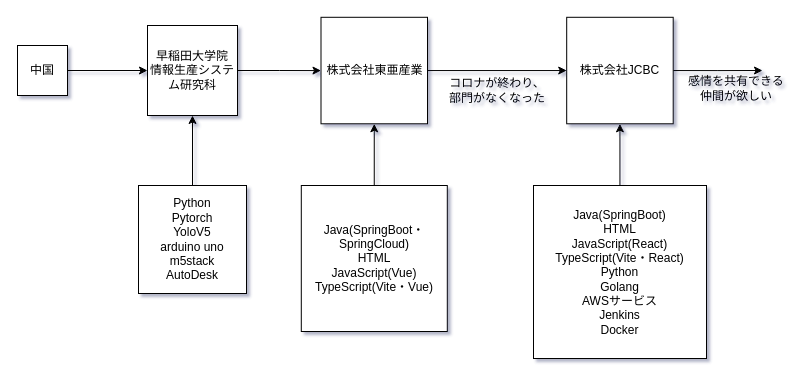
Above: 未命名绘图.drawio in LUOXINGYI/LeetCode-learning (draw.io), before the change. Source tidied: cells renumbered, new cells numbered last; positions are measured from the earlier drawing's top-left corner, leaving out a move shared by most shapes. Both pictures are drawn from the tidied source at 100%, with x=0, y=0 at pixel (17, 17).
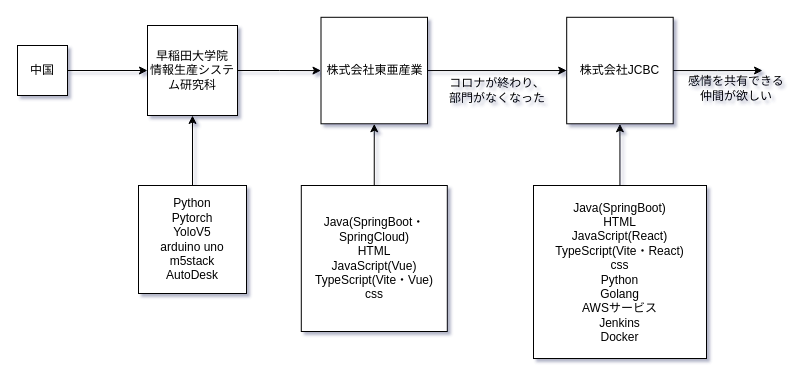
After the change.

Commit message:
更新未命名绘图.drawio

Diff of the diagram source:
```diff
@@
 <mxGraphModel background="#FFFFFF" shadow="1">
   <root>
     <mxCell id="0" />
     <mxCell id="1" parent="0" />
     <mxCell id="2" style="edgeStyle=orthogonalEdgeStyle;rounded=0;jettySize=auto;html=1;strokeColor=#000000;" parent="1" edge="1" source="3" target="5">
       <mxGeometry relative="1" as="geometry" />
     </mxCell>
     <mxCell id="3" value="中国" style="whiteSpace=wrap;html=1;" parent="1" vertex="1">
       <mxGeometry y="28" width="50" height="50" as="geometry" />
     </mxCell>
     <mxCell id="4" style="edgeStyle=orthogonalEdgeStyle;rounded=0;jettySize=auto;html=1;strokeColor=#000000;" parent="1" edge="1" source="5" target="9">
       <mxGeometry relative="1" as="geometry" />
     </mxCell>
     <mxCell id="5" value="早稲田大学院　情報生産システム研究科" style="whiteSpace=wrap;html=1;" parent="1" vertex="1">
       <mxGeometry x="130" y="8" width="90" height="90" as="geometry" />
     </mxCell>
     <mxCell id="6" style="edgeStyle=orthogonalEdgeStyle;rounded=0;jettySize=auto;html=1;entryX=0.5;entryY=1;entryDx=0;entryDy=0;strokeColor=#000000;" parent="1" edge="1" source="7" target="5">
       <mxGeometry relative="1" as="geometry" />
     </mxCell>
     <mxCell id="7" value="Python&lt;br&gt;Pytorch&lt;br&gt;YoloV5&lt;div&gt;arduino uno&lt;/div&gt;&lt;div&gt;m5stack&lt;/div&gt;&lt;div&gt;AutoDesk&lt;/div&gt;" style="whiteSpace=wrap;html=1;" parent="1" vertex="1">
       <mxGeometry x="121" y="168" width="108" height="108" as="geometry" />
     </mxCell>
     <mxCell id="8" style="edgeStyle=orthogonalEdgeStyle;rounded=0;jettySize=auto;html=1;strokeColor=#000000;" parent="1" edge="1" source="9" target="13">
       <mxGeometry relative="1" as="geometry" />
     </mxCell>
     <mxCell id="9" value="株式会社東亜産業" style="whiteSpace=wrap;html=1;" parent="1" vertex="1">
       <mxGeometry x="303.5" y="-0.2" width="106.5" height="106.5" as="geometry" />
     </mxCell>
     <mxCell id="10" style="edgeStyle=orthogonalEdgeStyle;rounded=0;jettySize=auto;html=1;entryX=0.5;entryY=1;entryDx=0;entryDy=0;strokeColor=#000000;" parent="1" edge="1" source="11" target="9">
       <mxGeometry relative="1" as="geometry" />
     </mxCell>
-    <mxCell id="11" value="Java(SpringBoot・SpringCloud)&lt;br&gt;HTML&lt;br&gt;JavaScript(Vue)&lt;br&gt;TypeScript(Vite・Vue)" style="whiteSpace=wrap;html=1;" parent="1" vertex="1">
+    <mxCell id="11" value="Java(SpringBoot・SpringCloud)&lt;br&gt;HTML&lt;br&gt;JavaScript(Vue)&lt;div&gt;TypeScript(Vite・Vue)&lt;/div&gt;&lt;div&gt;&lt;/div&gt;css" style="whiteSpace=wrap;html=1;" parent="1" vertex="1">
       <mxGeometry x="283.8" y="168" width="146" height="146" as="geometry" />
     </mxCell>
     <mxCell id="12" style="edgeStyle=orthogonalEdgeStyle;rounded=0;jettySize=auto;html=1;exitX=1;exitY=0.5;exitDx=0;exitDy=0;strokeColor=#000000;" parent="1" edge="1" source="13">
       <mxGeometry relative="1" as="geometry">
         <mxPoint x="745" y="53" as="targetPoint" />
       </mxGeometry>
     </mxCell>
     <mxCell id="13" value="株式会社JCBC" style="whiteSpace=wrap;html=1;" parent="1" vertex="1">
       <mxGeometry x="549.2" y="-0.2" width="106.5" height="106.5" as="geometry" />
     </mxCell>
     <mxCell id="14" style="edgeStyle=orthogonalEdgeStyle;rounded=0;jettySize=auto;html=1;entryX=0.5;entryY=1;entryDx=0;entryDy=0;strokeColor=#000000;" parent="1" edge="1" source="15" target="13">
       <mxGeometry relative="1" as="geometry" />
     </mxCell>
-    <mxCell id="15" value="Java(SpringBoot)&lt;br&gt;HTML&lt;br&gt;JavaScript(React)&lt;br&gt;TypeScript(Vite・React)&lt;br&gt;Python&lt;br&gt;Golang&lt;br&gt;AWSサービス&lt;br&gt;Jenkins&lt;br&gt;Docker" style="whiteSpace=wrap;html=1;" parent="1" vertex="1">
+    <mxCell id="15" value="Java(SpringBoot)&lt;br&gt;HTML&lt;br&gt;JavaScript(React)&lt;br&gt;TypeScript(Vite・React)&lt;div&gt;css&lt;br&gt;Python&lt;br&gt;Golang&lt;br&gt;AWSサービス&lt;br&gt;Jenkins&lt;br&gt;Docker&lt;/div&gt;" style="whiteSpace=wrap;html=1;" parent="1" vertex="1">
       <mxGeometry x="516" y="168" width="173" height="173" as="geometry" />
     </mxCell>
     <mxCell id="16" value="コロナが終わり、部門がなくなった" style="text;html=1;strokeColor=none;fillColor=none;align=center;verticalAlign=middle;whiteSpace=wrap;rounded=0;" parent="1" vertex="1">
       <mxGeometry x="429.8" y="39.2" width="100" height="67" as="geometry" />
     </mxCell>
     <mxCell id="17" value="感情を共有できる仲間が欲しい" style="text;html=1;strokeColor=none;fillColor=none;align=center;verticalAlign=middle;whiteSpace=wrap;rounded=0;" parent="1" vertex="1">
       <mxGeometry x="669" y="37" width="100" height="67" as="geometry" />
     </mxCell>
   </root>
 </mxGraphModel>
```
